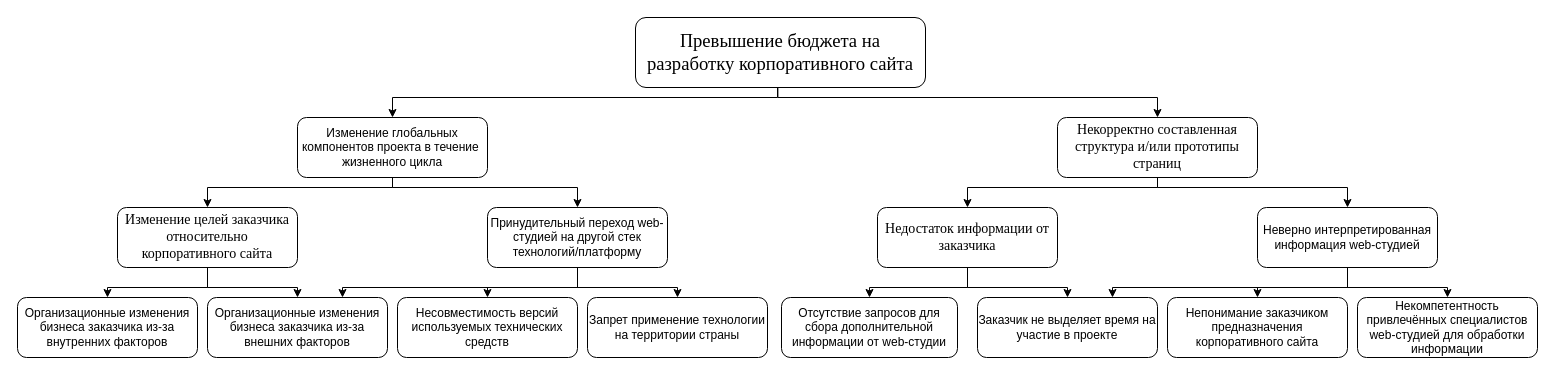
Above: page "Дерево причин" (7 of 7) of 3 курс/5 семестр/ТСиСА/Курсовая/модели2ч.drawio in Luzinsan/tusur (draw.io), before the change. Source tidied: cells renumbered, new cells numbered last; positions are measured from the earlier drawing's top-left corner, leaving out a move shared by most shapes. Both pictures are drawn from the tidied source at 100%, with x=0, y=0 at pixel (17, 17).
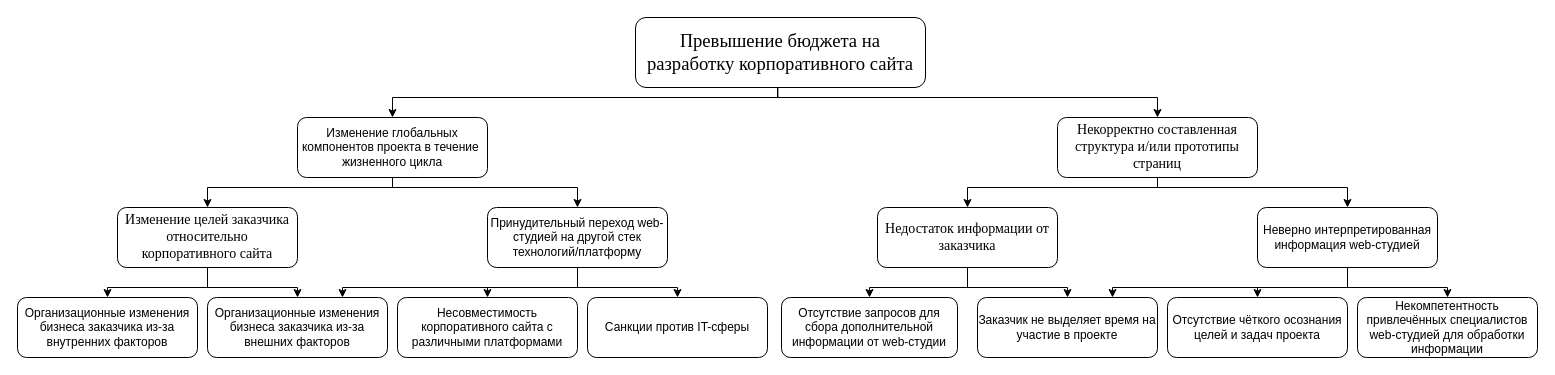
The same diagram, later.

Commit message:
Диаграмма дерева причин

Diff of the diagram source:
```diff
@@
-    <mxCell id="29" value="Непонимание заказчиком предназначения корпоративного сайта" style="rounded=1;whiteSpace=wrap;html=1;" parent="1" vertex="1">
+    <mxCell id="29" value="Отсутствие чёткого осознания целей и задач проекта" style="rounded=1;whiteSpace=wrap;html=1;" parent="1" vertex="1">
       <mxGeometry x="1150" y="280" width="180" height="60" as="geometry" />
     </mxCell>
-    <mxCell id="30" value="Несовместимость версий используемых технических средств" style="rounded=1;whiteSpace=wrap;html=1;" parent="1" vertex="1">
+    <mxCell id="30" value="Несовместимость корпоративного сайта с различными платформами" style="rounded=1;whiteSpace=wrap;html=1;" parent="1" vertex="1">
       <mxGeometry x="380" y="280" width="180" height="60" as="geometry" />
     </mxCell>
@@
-    <mxCell id="32" value="Запрет применение технологии на территории страны" style="rounded=1;whiteSpace=wrap;html=1;" parent="1" vertex="1">
+    <mxCell id="32" value="Санкции против IT-сферы" style="rounded=1;whiteSpace=wrap;html=1;" parent="1" vertex="1">
       <mxGeometry x="570" y="280" width="180" height="60" as="geometry" />
     </mxCell>
```
